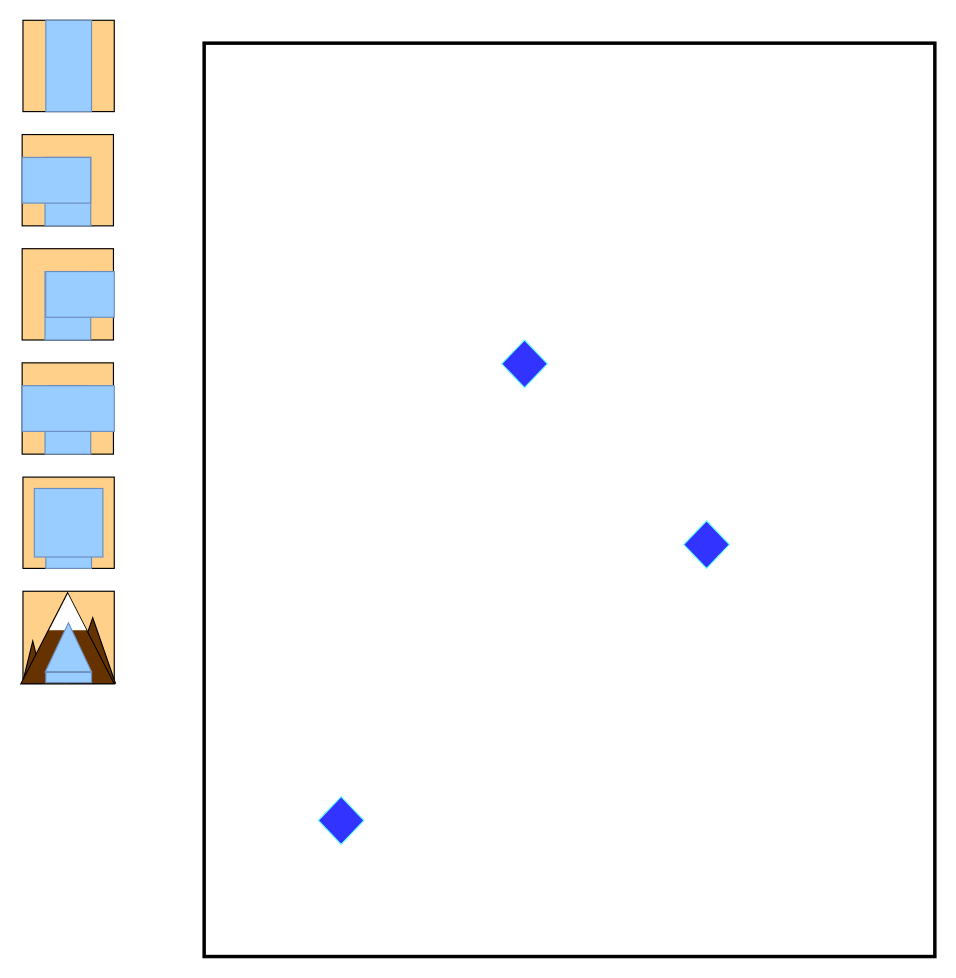
Before: Druidas.drawio in Pablucas/Personal, a draw.io diagram. Source tidied: cells renumbered, new cells numbered last; positions are measured from the earlier drawing's top-left corner, leaving out a move shared by most shapes. Both pictures are drawn from the tidied source at 116%, with x=0, y=0 at pixel (10, 20).
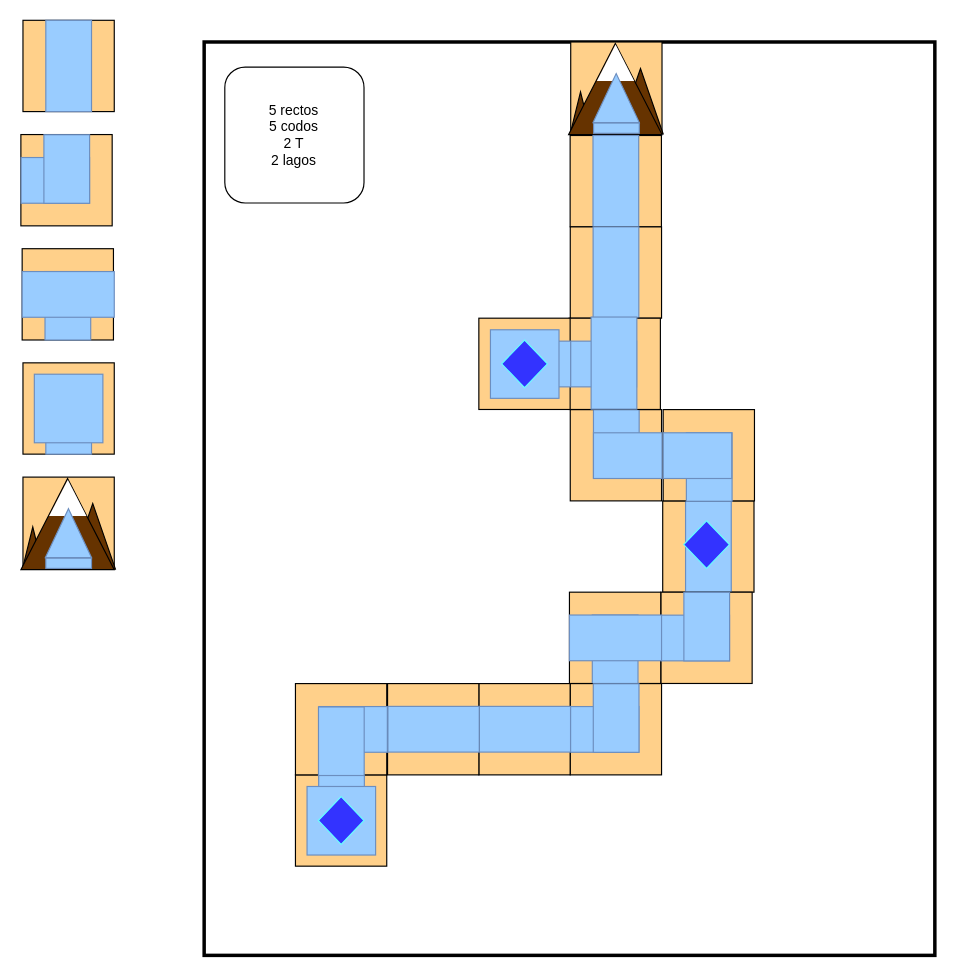
The same diagram, later.

The edit, as a diff of the source:
```diff
@@
+    <mxCell id="33" style="group;rotation=-180;" parent="1" vertex="1">
+      <mxGeometry x="245.2" y="650.5" width="78.7" height="78.7" as="geometry" />
+    </mxCell>
+    <mxCell id="34" style="rounded=0;whiteSpace=wrap;html=1;fillColor=#FFD08A;strokeColor=#000000;rotation=-180;" parent="33" vertex="1">
+      <mxGeometry width="78.7" height="78.7" as="geometry" />
+    </mxCell>
+    <mxCell id="35" style="rounded=0;whiteSpace=wrap;html=1;fillColor=#99CCFF;strokeColor=#6c8ebf;strokeWidth=1;rotation=-180;" parent="33" vertex="1">
+      <mxGeometry x="20" width="39.4" height="59" as="geometry" />
+    </mxCell>
+    <mxCell id="36" style="rounded=0;whiteSpace=wrap;html=1;fillColor=#99CCFF;strokeColor=#6c8ebf;strokeWidth=1;rotation=-180;" parent="33" vertex="1">
+      <mxGeometry x="10" y="10" width="59.1" height="59.1" as="geometry" />
+    </mxCell>
+    <mxCell id="37" style="group;" parent="1" vertex="1">
+      <mxGeometry x="561.8" y="414.3" width="78.7" height="78.7" as="geometry" />
+    </mxCell>
+    <mxCell id="38" style="rounded=0;whiteSpace=wrap;html=1;fillColor=#FFD08A;strokeColor=#000000;" parent="37" vertex="1">
+      <mxGeometry width="78.7" height="78.7" as="geometry" />
+    </mxCell>
+    <mxCell id="39" style="rounded=0;whiteSpace=wrap;html=1;fillColor=#99CCFF;strokeColor=#6c8ebf;strokeWidth=1;" parent="37" vertex="1">
+      <mxGeometry x="19.7" width="39.4" height="78.7" as="geometry" />
+    </mxCell>
+    <mxCell id="21" style="rounded=0;whiteSpace=wrap;html=1;fillColor=none;strokeWidth=3;" parent="1" vertex="1">
+      <mxGeometry x="166.5" y="18.7" width="629.9" height="787.4" as="geometry" />
+    </mxCell>
@@
-    <mxCell id="5" style="group;" parent="1" vertex="1">
-      <mxGeometry x="9.6" y="98.5" width="78.7" height="78.7" as="geometry" />
+    <mxCell id="5" style="group;direction=west;rotation=-180;" parent="1" vertex="1">
+      <mxGeometry x="482.1" y="335.6" width="78.7" height="78.7" as="geometry" />
     </mxCell>
-    <mxCell id="6" style="rounded=0;whiteSpace=wrap;html=1;fillColor=#FFD08A;strokeColor=#000000;" parent="5" vertex="1">
+    <mxCell id="6" style="rounded=0;whiteSpace=wrap;html=1;fillColor=#FFD08A;strokeColor=#000000;rotation=-180;" parent="5" vertex="1">
       <mxGeometry width="78.7" height="78.7" as="geometry" />
     </mxCell>
-    <mxCell id="7" style="rounded=0;whiteSpace=wrap;html=1;fillColor=#99CCFF;strokeColor=#6c8ebf;strokeWidth=1;" parent="5" vertex="1">
-      <mxGeometry x="19.7" y="19.7" width="39.4" height="59" as="geometry" />
+    <mxCell id="7" style="rounded=0;whiteSpace=wrap;html=1;fillColor=#99CCFF;strokeColor=#6c8ebf;strokeWidth=1;rotation=-180;" parent="5" vertex="1">
+      <mxGeometry x="20" width="39.4" height="59" as="geometry" />
     </mxCell>
-    <mxCell id="8" style="rounded=0;whiteSpace=wrap;html=1;fillColor=#99CCFF;strokeColor=#6c8ebf;strokeWidth=1;" parent="5" vertex="1">
-      <mxGeometry y="19.7" width="59.1" height="39.4" as="geometry" />
+    <mxCell id="8" style="rounded=0;whiteSpace=wrap;html=1;fillColor=#99CCFF;strokeColor=#6c8ebf;strokeWidth=1;rotation=-180;" parent="5" vertex="1">
+      <mxGeometry x="20" y="20" width="59.1" height="39.4" as="geometry" />
     </mxCell>
-    <mxCell id="9" style="group;" parent="1" vertex="1">
-      <mxGeometry x="9.6" y="196.9" width="79.4" height="78.7" as="geometry" />
-    </mxCell>
-    <mxCell id="10" style="rounded=0;whiteSpace=wrap;html=1;fillColor=#FFD08A;strokeColor=#000000;" parent="9" vertex="1">
-      <mxGeometry width="78.7" height="78.7" as="geometry" />
-    </mxCell>
-    <mxCell id="11" style="rounded=0;whiteSpace=wrap;html=1;fillColor=#99CCFF;strokeColor=#6c8ebf;strokeWidth=1;" parent="9" vertex="1">
-      <mxGeometry x="19.7" y="19.7" width="39.4" height="59" as="geometry" />
-    </mxCell>
-    <mxCell id="12" style="rounded=0;whiteSpace=wrap;html=1;fillColor=#99CCFF;strokeColor=#6c8ebf;strokeWidth=1;" parent="9" vertex="1">
-      <mxGeometry x="20.3" y="19.7" width="59.1" height="39.4" as="geometry" />
-    </mxCell>
     <mxCell id="13" style="group;" parent="1" vertex="1">
-      <mxGeometry x="9.6" y="295.3" width="79.4" height="78.7" as="geometry" />
+      <mxGeometry x="9.6" y="196.9" width="79.4" height="78.7" as="geometry" />
     </mxCell>
@@
     <mxCell id="17" style="group;" parent="1" vertex="1">
-      <mxGeometry x="10.3" y="393.8" width="78.7" height="78.7" as="geometry" />
+      <mxGeometry x="10.3" y="295.3" width="78.7" height="78.7" as="geometry" />
     </mxCell>
@@
-    <mxCell id="21" style="rounded=0;whiteSpace=wrap;html=1;fillColor=none;strokeWidth=3;" parent="1" vertex="1">
-      <mxGeometry x="166.5" y="19.7" width="629.9" height="787.4" as="geometry" />
-    </mxCell>
     <mxCell id="22" style="group;" parent="1" vertex="1">
-      <mxGeometry x="8.5" y="492.2" width="81.5" height="79.8" as="geometry" />
+      <mxGeometry x="8.5" y="393.8" width="81.5" height="79.8" as="geometry" />
     </mxCell>
@@
+    <mxCell id="40" style="group;" parent="1" vertex="1">
+      <mxGeometry x="480.7" y="18.7" width="81.5" height="79.8" as="geometry" />
+    </mxCell>
+    <mxCell id="41" style="rounded=0;whiteSpace=wrap;html=1;fillColor=#FFD08A;strokeColor=#000000;" parent="40" vertex="1">
+      <mxGeometry x="1.8" width="78.7" height="78.7" as="geometry" />
+    </mxCell>
+    <mxCell id="42" style="triangle;whiteSpace=wrap;html=1;rotation=-90;fillColor=#663300;" parent="40" vertex="1">
+      <mxGeometry x="-8" y="52.3" width="36.5" height="18" as="geometry" />
+    </mxCell>
+    <mxCell id="43" style="triangle;whiteSpace=wrap;html=1;rotation=-90;fillColor=#663300;" parent="40" vertex="1">
+      <mxGeometry x="33.7" y="31.5" width="56.5" height="39.1" as="geometry" />
+    </mxCell>
+    <mxCell id="44" style="triangle;whiteSpace=wrap;html=1;rotation=-90;fillColor=#663300;" parent="40" vertex="1">
+      <mxGeometry x="1" y="0.3" width="78.5" height="80.5" as="geometry" />
+    </mxCell>
+    <mxCell id="45" style="rounded=0;whiteSpace=wrap;html=1;fillColor=#99CCFF;strokeColor=#6c8ebf;strokeWidth=1;" parent="40" vertex="1">
+      <mxGeometry x="21.5" y="69.8" width="39.4" height="8.9" as="geometry" />
+    </mxCell>
+    <mxCell id="46" style="triangle;whiteSpace=wrap;html=1;rotation=-90;fillColor=#FFFFFF;strokeColor=none;" parent="40" vertex="1">
+      <mxGeometry x="24.8" y="1.8" width="31.3" height="32.2" as="geometry" />
+    </mxCell>
+    <mxCell id="47" style="triangle;whiteSpace=wrap;html=1;rotation=-90;fillColor=#99CCFF;strokeColor=#6c8ebf;rounded=0;strokeWidth=1;" parent="40" vertex="1">
+      <mxGeometry x="19.9" y="28.4" width="42.2" height="39.9" as="geometry" />
+    </mxCell>
+    <mxCell id="48" style="group;" parent="1" vertex="1">
+      <mxGeometry x="482" y="99.3" width="78.7" height="78.7" as="geometry" />
+    </mxCell>
+    <mxCell id="49" style="rounded=0;whiteSpace=wrap;html=1;fillColor=#FFD08A;strokeColor=#000000;" parent="48" vertex="1">
+      <mxGeometry width="78.7" height="78.7" as="geometry" />
+    </mxCell>
+    <mxCell id="50" style="rounded=0;whiteSpace=wrap;html=1;fillColor=#99CCFF;strokeColor=#6c8ebf;strokeWidth=1;" parent="48" vertex="1">
+      <mxGeometry x="19.7" width="39.4" height="78.7" as="geometry" />
+    </mxCell>
+    <mxCell id="51" style="group;" parent="1" vertex="1">
+      <mxGeometry x="482.1" y="178.1" width="78.7" height="78.7" as="geometry" />
+    </mxCell>
+    <mxCell id="52" style="rounded=0;whiteSpace=wrap;html=1;fillColor=#FFD08A;strokeColor=#000000;" parent="51" vertex="1">
+      <mxGeometry width="78.7" height="78.7" as="geometry" />
+    </mxCell>
+    <mxCell id="53" style="rounded=0;whiteSpace=wrap;html=1;fillColor=#99CCFF;strokeColor=#6c8ebf;strokeWidth=1;" parent="51" vertex="1">
+      <mxGeometry x="19.7" width="39.4" height="78.7" as="geometry" />
+    </mxCell>
+    <mxCell id="54" style="group;rotation=90;" parent="1" vertex="1">
+      <mxGeometry x="480.1" y="256.8" width="79.4" height="78.7" as="geometry" />
+    </mxCell>
+    <mxCell id="55" style="rounded=0;whiteSpace=wrap;html=1;fillColor=#FFD08A;strokeColor=#000000;rotation=90;" parent="54" vertex="1">
+      <mxGeometry x="1" width="78.7" height="78.7" as="geometry" />
+    </mxCell>
+    <mxCell id="56" style="rounded=0;whiteSpace=wrap;html=1;fillColor=#99CCFF;strokeColor=#6c8ebf;strokeWidth=1;rotation=90;" parent="54" vertex="1">
+      <mxGeometry x="10" y="10" width="39.4" height="59" as="geometry" />
+    </mxCell>
+    <mxCell id="57" style="rounded=0;whiteSpace=wrap;html=1;fillColor=#99CCFF;strokeColor=#6c8ebf;strokeWidth=1;rotation=90;" parent="54" vertex="1">
+      <mxGeometry y="19" width="79.4" height="39.4" as="geometry" />
+    </mxCell>
+    <mxCell id="58" style="group;rotation=-90;" parent="1" vertex="1">
+      <mxGeometry x="403.3" y="256.8" width="78.7" height="78.7" as="geometry" />
+    </mxCell>
+    <mxCell id="59" style="rounded=0;whiteSpace=wrap;html=1;fillColor=#FFD08A;strokeColor=#000000;rotation=-90;" parent="58" vertex="1">
+      <mxGeometry width="78.7" height="78.7" as="geometry" />
+    </mxCell>
+    <mxCell id="60" style="rounded=0;whiteSpace=wrap;html=1;fillColor=#99CCFF;strokeColor=#6c8ebf;strokeWidth=1;rotation=-90;" parent="58" vertex="1">
+      <mxGeometry x="30" y="10" width="39.4" height="59" as="geometry" />
+    </mxCell>
+    <mxCell id="61" style="rounded=0;whiteSpace=wrap;html=1;fillColor=#99CCFF;strokeColor=#6c8ebf;strokeWidth=1;rotation=-90;" parent="58" vertex="1">
+      <mxGeometry x="10" y="10" width="59.1" height="59.1" as="geometry" />
+    </mxCell>
@@
+    <mxCell id="62" style="group;direction=west;rotation=0;" parent="1" vertex="1">
+      <mxGeometry x="562.2" y="335.6" width="78.7" height="78.7" as="geometry" />
+    </mxCell>
+    <mxCell id="63" style="rounded=0;whiteSpace=wrap;html=1;fillColor=#FFD08A;strokeColor=#000000;rotation=0;" parent="62" vertex="1">
+      <mxGeometry width="78.7" height="78.7" as="geometry" />
+    </mxCell>
+    <mxCell id="64" style="rounded=0;whiteSpace=wrap;html=1;fillColor=#99CCFF;strokeColor=#6c8ebf;strokeWidth=1;rotation=0;" parent="62" vertex="1">
+      <mxGeometry x="20" y="20" width="39.4" height="59" as="geometry" />
+    </mxCell>
+    <mxCell id="65" style="rounded=0;whiteSpace=wrap;html=1;fillColor=#99CCFF;strokeColor=#6c8ebf;strokeWidth=1;rotation=0;" parent="62" vertex="1">
+      <mxGeometry y="20" width="59.1" height="39.4" as="geometry" />
+    </mxCell>
+    <mxCell id="66" style="group;direction=west;rotation=90;" parent="1" vertex="1">
+      <mxGeometry x="560.2" y="493" width="78.7" height="78.7" as="geometry" />
+    </mxCell>
+    <mxCell id="67" style="rounded=0;whiteSpace=wrap;html=1;fillColor=#FFD08A;strokeColor=#000000;rotation=90;" parent="66" vertex="1">
+      <mxGeometry width="78.7" height="78.7" as="geometry" />
+    </mxCell>
+    <mxCell id="68" style="rounded=0;whiteSpace=wrap;html=1;fillColor=#99CCFF;strokeColor=#6c8ebf;strokeWidth=1;rotation=90;" parent="66" vertex="1">
+      <mxGeometry x="10" y="10" width="39.4" height="59" as="geometry" />
+    </mxCell>
+    <mxCell id="69" style="rounded=0;whiteSpace=wrap;html=1;fillColor=#99CCFF;strokeColor=#6c8ebf;strokeWidth=1;rotation=90;" parent="66" vertex="1">
+      <mxGeometry x="10" y="10" width="59.1" height="39.4" as="geometry" />
+    </mxCell>
+    <mxCell id="70" style="group;" parent="1" vertex="1">
+      <mxGeometry x="481.4" y="493" width="79.4" height="78.7" as="geometry" />
+    </mxCell>
+    <mxCell id="71" style="rounded=0;whiteSpace=wrap;html=1;fillColor=#FFD08A;strokeColor=#000000;" parent="70" vertex="1">
+      <mxGeometry width="78.7" height="78.7" as="geometry" />
+    </mxCell>
+    <mxCell id="11" style="rounded=0;whiteSpace=wrap;html=1;fillColor=#99CCFF;strokeColor=#6c8ebf;strokeWidth=1;" parent="70" vertex="1">
+      <mxGeometry x="19.7" y="19.7" width="39.4" height="59" as="geometry" />
+    </mxCell>
+    <mxCell id="72" style="rounded=0;whiteSpace=wrap;html=1;fillColor=#99CCFF;strokeColor=#6c8ebf;strokeWidth=1;" parent="70" vertex="1">
+      <mxGeometry y="19.7" width="79.4" height="39.4" as="geometry" />
+    </mxCell>
+    <mxCell id="73" style="group;direction=west;rotation=90;" parent="1" vertex="1">
+      <mxGeometry x="8.5" y="98.5" width="78.7" height="78.7" as="geometry" />
+    </mxCell>
+    <mxCell id="74" style="rounded=0;whiteSpace=wrap;html=1;fillColor=#FFD08A;strokeColor=#000000;rotation=90;" parent="73" vertex="1">
+      <mxGeometry width="78.7" height="78.7" as="geometry" />
+    </mxCell>
+    <mxCell id="75" style="rounded=0;whiteSpace=wrap;html=1;fillColor=#99CCFF;strokeColor=#6c8ebf;strokeWidth=1;rotation=90;" parent="73" vertex="1">
+      <mxGeometry x="10" y="10" width="39.4" height="59" as="geometry" />
+    </mxCell>
+    <mxCell id="76" style="rounded=0;whiteSpace=wrap;html=1;fillColor=#99CCFF;strokeColor=#6c8ebf;strokeWidth=1;rotation=90;" parent="73" vertex="1">
+      <mxGeometry x="10" y="10" width="59.1" height="39.4" as="geometry" />
+    </mxCell>
+    <mxCell id="77" style="group;direction=west;rotation=90;" parent="1" vertex="1">
+      <mxGeometry x="482.1" y="571.8" width="78.7" height="78.7" as="geometry" />
+    </mxCell>
+    <mxCell id="78" style="rounded=0;whiteSpace=wrap;html=1;fillColor=#FFD08A;strokeColor=#000000;rotation=90;" parent="77" vertex="1">
+      <mxGeometry width="78.7" height="78.7" as="geometry" />
+    </mxCell>
+    <mxCell id="79" style="rounded=0;whiteSpace=wrap;html=1;fillColor=#99CCFF;strokeColor=#6c8ebf;strokeWidth=1;rotation=90;" parent="77" vertex="1">
+      <mxGeometry x="10" y="10" width="39.4" height="59" as="geometry" />
+    </mxCell>
+    <mxCell id="80" style="rounded=0;whiteSpace=wrap;html=1;fillColor=#99CCFF;strokeColor=#6c8ebf;strokeWidth=1;rotation=90;" parent="77" vertex="1">
+      <mxGeometry x="10" y="10" width="59.1" height="39.4" as="geometry" />
+    </mxCell>
+    <mxCell id="81" style="group;rotation=90;" parent="1" vertex="1">
+      <mxGeometry x="403.3" y="571.8" width="78.7" height="78.7" as="geometry" />
+    </mxCell>
+    <mxCell id="82" style="rounded=0;whiteSpace=wrap;html=1;fillColor=#FFD08A;strokeColor=#000000;rotation=90;" parent="81" vertex="1">
+      <mxGeometry width="78.7" height="78.7" as="geometry" />
+    </mxCell>
+    <mxCell id="83" style="rounded=0;whiteSpace=wrap;html=1;fillColor=#99CCFF;strokeColor=#6c8ebf;strokeWidth=1;rotation=90;" parent="81" vertex="1">
+      <mxGeometry x="20" width="39.4" height="78.7" as="geometry" />
+    </mxCell>
+    <mxCell id="84" style="group;rotation=90;" parent="1" vertex="1">
+      <mxGeometry x="324.6" y="571.8" width="78.7" height="78.7" as="geometry" />
+    </mxCell>
+    <mxCell id="85" style="rounded=0;whiteSpace=wrap;html=1;fillColor=#FFD08A;strokeColor=#000000;rotation=90;" parent="84" vertex="1">
+      <mxGeometry width="78.7" height="78.7" as="geometry" />
+    </mxCell>
+    <mxCell id="86" style="rounded=0;whiteSpace=wrap;html=1;fillColor=#99CCFF;strokeColor=#6c8ebf;strokeWidth=1;rotation=90;" parent="84" vertex="1">
+      <mxGeometry x="20" width="39.4" height="78.7" as="geometry" />
+    </mxCell>
+    <mxCell id="87" style="group;direction=west;rotation=-90;" parent="1" vertex="1">
+      <mxGeometry x="245.2" y="571.8" width="78.7" height="78.7" as="geometry" />
+    </mxCell>
+    <mxCell id="88" style="rounded=0;whiteSpace=wrap;html=1;fillColor=#FFD08A;strokeColor=#000000;rotation=-90;" parent="87" vertex="1">
+      <mxGeometry width="78.7" height="78.7" as="geometry" />
+    </mxCell>
+    <mxCell id="89" style="rounded=0;whiteSpace=wrap;html=1;fillColor=#99CCFF;strokeColor=#6c8ebf;strokeWidth=1;rotation=-90;" parent="87" vertex="1">
+      <mxGeometry x="30" y="10" width="39.4" height="59" as="geometry" />
+    </mxCell>
+    <mxCell id="90" style="rounded=0;whiteSpace=wrap;html=1;fillColor=#99CCFF;strokeColor=#6c8ebf;strokeWidth=1;rotation=-90;" parent="87" vertex="1">
+      <mxGeometry x="10" y="30" width="59.1" height="39.4" as="geometry" />
+    </mxCell>
+    <mxCell id="91" value="5 rectos&lt;br&gt;5 codos&lt;br&gt;2 T&lt;br&gt;2 lagos" style="rounded=1;whiteSpace=wrap;html=1;" parent="1" vertex="1">
+      <mxGeometry x="184.3" y="40.3" width="120" height="117.2" as="geometry" />
+    </mxCell>
```
